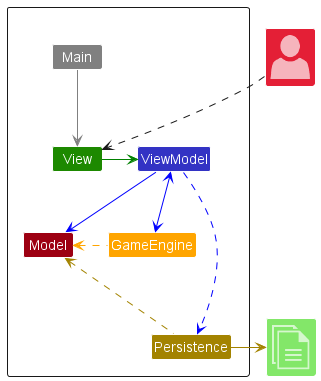
Above: Diagram/peggleArchi-0.png in wweqg/Peggle (PlantUML), before the change.
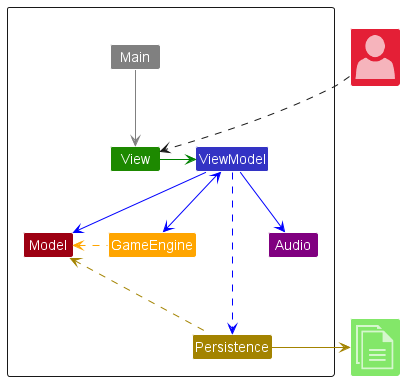
After the commit.

Change to the diagram source:
```diff
@@ -11,6 +11,7 @@
     Class Model MODEL_COLOR
     Class Main #grey
     Class GameEngine #orange
+    Class Audio #purple
 }
 
     Class "<$user>" as User MODEL_COLOR_T2
@@ -20,6 +21,7 @@
     ViewModel ..[#blue]> Persistence
     ViewModel -down[#blue]-> Model
     ViewModel <-down[#blue]-> GameEngine
+    ViewModel -down[#blue]-> Audio
     Main -[#grey]-> View
 
     GameEngine .left[#orange].> Model
```
